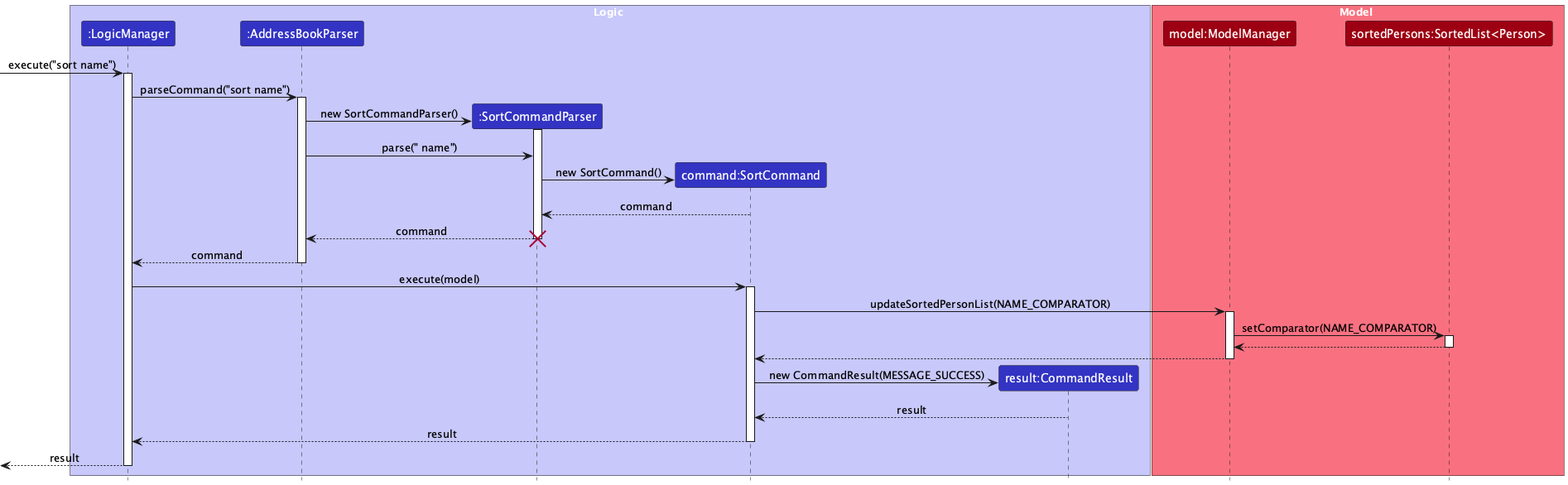
Before: docs/images/SortSequenceDiagram.png, a diagram exported from PlantUML (AY2627S1-CS2103T-W13-2/tp).
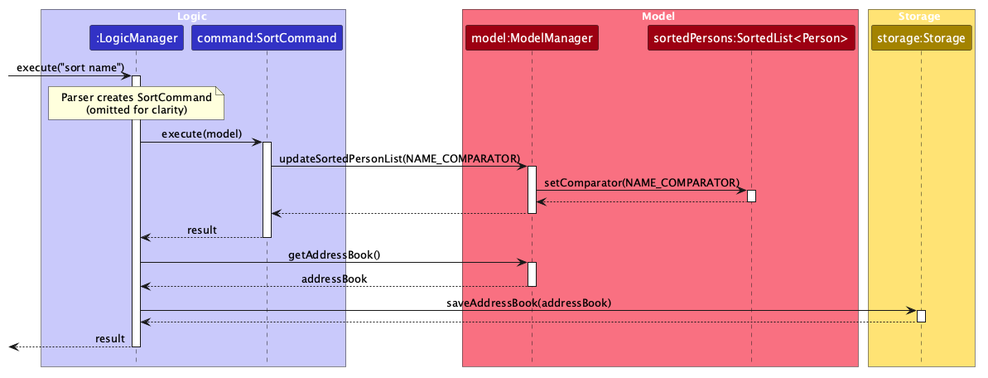
The same file after the commit.

Commit message:
Align model and sequence diagrams with behavior

The edit, as a diff of the source:
```diff
@@ -4,10 +4,7 @@
 
 box Logic LOGIC_COLOR_T1
 participant ":LogicManager" as LogicManager LOGIC_COLOR
-participant ":AddressBookParser" as AddressBookParser LOGIC_COLOR
-participant ":SortCommandParser" as SortCommandParser LOGIC_COLOR
 participant "command:SortCommand" as SortCommand LOGIC_COLOR
-participant "result:CommandResult" as CommandResult LOGIC_COLOR
 end box
 
 box Model MODEL_COLOR_T1
@@ -15,26 +12,13 @@
 participant "sortedPersons:SortedList<Person>" as SortedList MODEL_COLOR
 end box
 
+box Storage STORAGE_COLOR_T1
+participant "storage:Storage" as Storage STORAGE_COLOR
+end box
+
 [-> LogicManager : execute("sort name")
 activate LogicManager
-
-LogicManager -> AddressBookParser : parseCommand("sort name")
-activate AddressBookParser
-
-create SortCommandParser
-AddressBookParser -> SortCommandParser : new SortCommandParser()
-activate SortCommandParser
-AddressBookParser -> SortCommandParser : parse(" name")
-
-create SortCommand
-SortCommandParser -> SortCommand : new SortCommand()
-SortCommand --> SortCommandParser : command
-SortCommandParser --> AddressBookParser : command
-deactivate SortCommandParser
-destroy SortCommandParser
-
-AddressBookParser --> LogicManager : command
-deactivate AddressBookParser
+note over LogicManager : Parser creates SortCommand\n(omitted for clarity)
 
 LogicManager -> SortCommand : execute(model)
 activate SortCommand
@@ -46,12 +30,17 @@
 deactivate SortedList
 ModelManager --> SortCommand
 deactivate ModelManager
-
-create CommandResult
-SortCommand -> CommandResult : new CommandResult(MESSAGE_SUCCESS)
-CommandResult --> SortCommand : result
 SortCommand --> LogicManager : result
 deactivate SortCommand
+
+LogicManager -> ModelManager : getAddressBook()
+activate ModelManager
+ModelManager --> LogicManager : addressBook
+deactivate ModelManager
+LogicManager -> Storage : saveAddressBook(addressBook)
+activate Storage
+Storage --> LogicManager
+deactivate Storage
 
 [<-- LogicManager : result
 deactivate LogicManager
```
